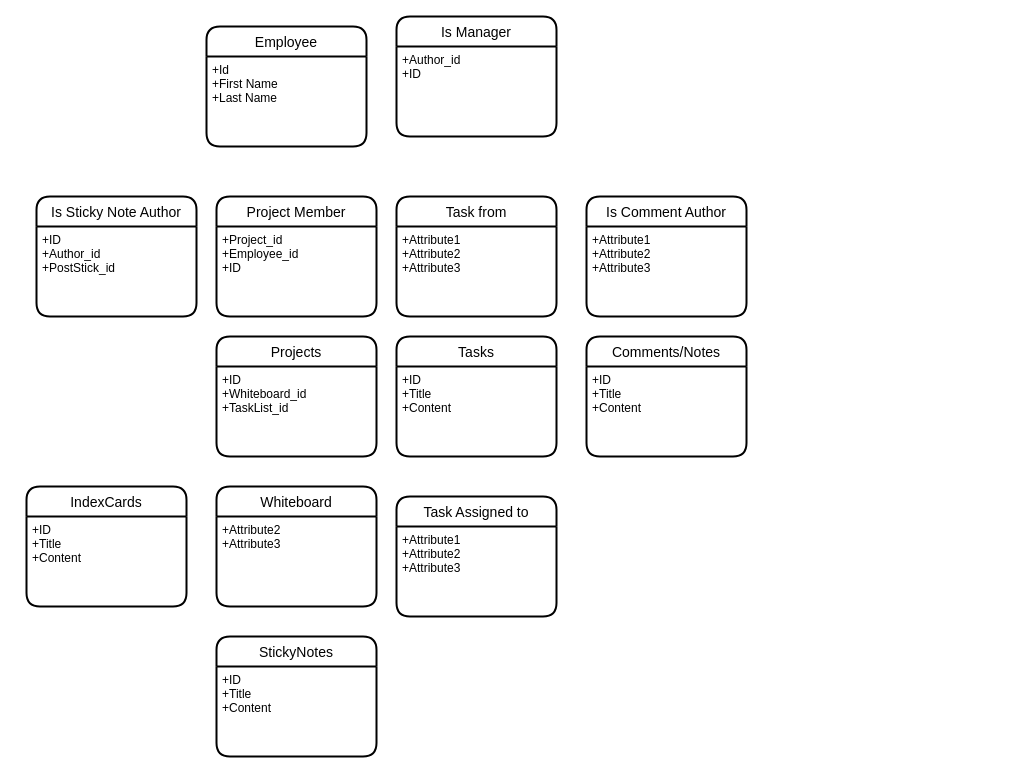
Earlier version of the draw.io diagram ERModel.drawio (ChessPR/BrdPL). Source tidied: cells renumbered, new cells numbered last; positions are measured from the earlier drawing's top-left corner, leaving out a move shared by most shapes. Both pictures are drawn from the tidied source at 100%, with x=0, y=0 at pixel (26, 16).
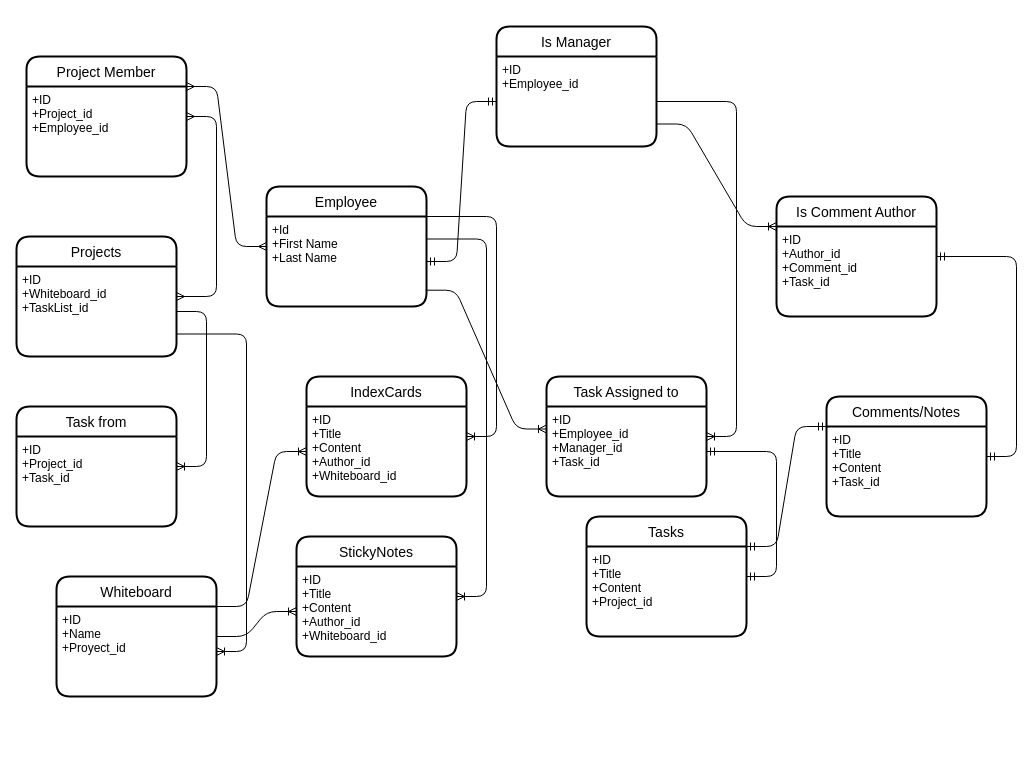
The same page after the edit.

The change refers to these unchanged cells:
```xml
<mxCell id="3" value="+ID&#10;+Whiteboard_id&#10;+TaskList_id" style="align=left;strokeColor=none;fillColor=none;spacingLeft=4;fontSize=12;verticalAlign=top;" parent="2" vertex="1">
  <mxGeometry y="30" width="160" height="90" as="geometry" />
</mxCell>
<mxCell id="11" value="+Id&#10;+First Name&#10;+Last Name" style="align=left;strokeColor=none;fillColor=none;spacingLeft=4;fontSize=12;verticalAlign=top;" parent="10" vertex="1">
  <mxGeometry y="30" width="160" height="90" as="geometry" />
</mxCell>
```

Change to the diagram source:
```diff
@@
     <mxCell id="2" value="Projects" style="swimlane;horizontal=1;startSize=30;rounded=1;fontSize=14;fontStyle=0;strokeWidth=2;shadow=0;dashed=0;align=center;" parent="1" vertex="1">
-      <mxGeometry x="190" y="320" width="160" height="120" as="geometry" />
+      <mxGeometry x="-10" y="220" width="160" height="120" as="geometry" />
     </mxCell>
@@
     <mxCell id="4" value="Whiteboard" style="swimlane;horizontal=1;startSize=30;rounded=1;fontSize=14;fontStyle=0;strokeWidth=2;shadow=0;dashed=0;align=center;" parent="1" vertex="1">
-      <mxGeometry x="190" y="470" width="160" height="120" as="geometry" />
+      <mxGeometry x="30" y="560" width="160" height="120" as="geometry" />
     </mxCell>
-    <mxCell id="5" value="+Attribute2&#10;+Attribute3" style="align=left;strokeColor=none;fillColor=none;spacingLeft=4;fontSize=12;verticalAlign=top;" parent="4" vertex="1">
+    <mxCell id="5" value="+ID&#10;+Name&#10;+Proyect_id" style="align=left;strokeColor=none;fillColor=none;spacingLeft=4;fontSize=12;verticalAlign=top;" parent="4" vertex="1">
       <mxGeometry y="30" width="160" height="90" as="geometry" />
     </mxCell>
     <mxCell id="6" value="StickyNotes" style="swimlane;horizontal=1;startSize=30;rounded=1;fontSize=14;fontStyle=0;strokeWidth=2;shadow=0;dashed=0;align=center;" parent="1" vertex="1">
-      <mxGeometry x="190" y="620" width="160" height="120" as="geometry" />
+      <mxGeometry x="270" y="520" width="160" height="120" as="geometry" />
     </mxCell>
-    <mxCell id="7" value="+ID&#10;+Title&#10;+Content" style="align=left;strokeColor=none;fillColor=none;spacingLeft=4;fontSize=12;verticalAlign=top;" parent="6" vertex="1">
+    <mxCell id="7" value="+ID&#10;+Title&#10;+Content&#10;+Author_id&#10;+Whiteboard_id" style="align=left;strokeColor=none;fillColor=none;spacingLeft=4;fontSize=12;verticalAlign=top;" parent="6" vertex="1">
       <mxGeometry y="30" width="160" height="90" as="geometry" />
     </mxCell>
     <mxCell id="8" value="IndexCards" style="swimlane;horizontal=1;startSize=30;rounded=1;fontSize=14;fontStyle=0;strokeWidth=2;shadow=0;dashed=0;align=center;" parent="1" vertex="1">
-      <mxGeometry y="470" width="160" height="120" as="geometry" />
+      <mxGeometry x="280" y="360" width="160" height="120" as="geometry" />
     </mxCell>
-    <mxCell id="9" value="+ID&#10;+Title&#10;+Content" style="align=left;strokeColor=none;fillColor=none;spacingLeft=4;fontSize=12;verticalAlign=top;" parent="8" vertex="1">
+    <mxCell id="9" value="+ID&#10;+Title&#10;+Content&#10;+Author_id&#10;+Whiteboard_id" style="align=left;strokeColor=none;fillColor=none;spacingLeft=4;fontSize=12;verticalAlign=top;" parent="8" vertex="1">
       <mxGeometry y="30" width="160" height="90" as="geometry" />
     </mxCell>
     <mxCell id="10" value="Employee" style="swimlane;horizontal=1;startSize=30;rounded=1;fontSize=14;fontStyle=0;strokeWidth=2;shadow=0;dashed=0;align=center;" parent="1" vertex="1">
-      <mxGeometry x="180" y="10" width="160" height="120" as="geometry" />
+      <mxGeometry x="240" y="170" width="160" height="120" as="geometry" />
     </mxCell>
@@
     <mxCell id="12" value="Is Manager" style="swimlane;horizontal=1;startSize=30;rounded=1;fontSize=14;fontStyle=0;strokeWidth=2;shadow=0;dashed=0;align=center;" parent="1" vertex="1">
-      <mxGeometry x="370" width="160" height="120" as="geometry" />
+      <mxGeometry x="470" y="10" width="160" height="120" as="geometry" />
     </mxCell>
-    <mxCell id="13" value="+Author_id&#10;+ID&#10;" style="align=left;strokeColor=none;fillColor=none;spacingLeft=4;fontSize=12;verticalAlign=top;" parent="12" vertex="1">
+    <mxCell id="13" value="+ID&#10;+Employee_id&#10;" style="align=left;strokeColor=none;fillColor=none;spacingLeft=4;fontSize=12;verticalAlign=top;" parent="12" vertex="1">
       <mxGeometry y="30" width="160" height="90" as="geometry" />
     </mxCell>
     <mxCell id="14" value="Tasks" style="swimlane;horizontal=1;startSize=30;rounded=1;fontSize=14;fontStyle=0;strokeWidth=2;shadow=0;dashed=0;align=center;" parent="1" vertex="1">
-      <mxGeometry x="370" y="320" width="160" height="120" as="geometry" />
+      <mxGeometry x="560" y="500" width="160" height="120" as="geometry" />
     </mxCell>
-    <mxCell id="15" value="+ID&#10;+Title&#10;+Content" style="align=left;strokeColor=none;fillColor=none;spacingLeft=4;fontSize=12;verticalAlign=top;" parent="14" vertex="1">
+    <mxCell id="15" value="+ID&#10;+Title&#10;+Content&#10;+Project_id" style="align=left;strokeColor=none;fillColor=none;spacingLeft=4;fontSize=12;verticalAlign=top;" parent="14" vertex="1">
       <mxGeometry y="30" width="160" height="90" as="geometry" />
     </mxCell>
     <mxCell id="16" value="Comments/Notes" style="swimlane;horizontal=1;startSize=30;rounded=1;fontSize=14;fontStyle=0;strokeWidth=2;shadow=0;dashed=0;align=center;" parent="1" vertex="1">
-      <mxGeometry x="560" y="320" width="160" height="120" as="geometry" />
+      <mxGeometry x="800" y="380" width="160" height="120" as="geometry" />
     </mxCell>
-    <mxCell id="17" value="+ID&#10;+Title&#10;+Content&#10;" style="align=left;strokeColor=none;fillColor=none;spacingLeft=4;fontSize=12;verticalAlign=top;" parent="16" vertex="1">
+    <mxCell id="17" value="+ID&#10;+Title&#10;+Content&#10;+Task_id" style="align=left;strokeColor=none;fillColor=none;spacingLeft=4;fontSize=12;verticalAlign=top;" parent="16" vertex="1">
       <mxGeometry y="30" width="160" height="90" as="geometry" />
     </mxCell>
     <mxCell id="18" value="Project Member" style="swimlane;horizontal=1;startSize=30;rounded=1;fontSize=14;fontStyle=0;strokeWidth=2;shadow=0;dashed=0;align=center;" parent="1" vertex="1">
-      <mxGeometry x="190" y="180" width="160" height="120" as="geometry" />
+      <mxGeometry y="40" width="160" height="120" as="geometry" />
     </mxCell>
-    <mxCell id="19" value="+Project_id&#10;+Employee_id&#10;+ID" style="align=left;strokeColor=none;fillColor=none;spacingLeft=4;fontSize=12;verticalAlign=top;" parent="18" vertex="1">
+    <mxCell id="19" value="+ID&#10;+Project_id&#10;+Employee_id&#10;" style="align=left;strokeColor=none;fillColor=none;spacingLeft=4;fontSize=12;verticalAlign=top;" parent="18" vertex="1">
       <mxGeometry y="30" width="160" height="90" as="geometry" />
     </mxCell>
     <mxCell id="20" value="Is Comment Author" style="swimlane;horizontal=1;startSize=30;rounded=1;fontSize=14;fontStyle=0;strokeWidth=2;shadow=0;dashed=0;align=center;" parent="1" vertex="1">
-      <mxGeometry x="560" y="180" width="160" height="120" as="geometry" />
+      <mxGeometry x="750" y="180" width="160" height="120" as="geometry" />
     </mxCell>
-    <mxCell id="21" value="+Attribute1&#10;+Attribute2&#10;+Attribute3" style="align=left;strokeColor=none;fillColor=none;spacingLeft=4;fontSize=12;verticalAlign=top;" parent="20" vertex="1">
+    <mxCell id="21" value="+ID&#10;+Author_id&#10;+Comment_id&#10;+Task_id" style="align=left;strokeColor=none;fillColor=none;spacingLeft=4;fontSize=12;verticalAlign=top;" parent="20" vertex="1">
       <mxGeometry y="30" width="160" height="90" as="geometry" />
     </mxCell>
-    <mxCell id="22" value="Is Sticky Note Author" style="swimlane;horizontal=1;startSize=30;rounded=1;fontSize=14;fontStyle=0;strokeWidth=2;shadow=0;dashed=0;align=center;" parent="1" vertex="1">
-      <mxGeometry x="10" y="180" width="160" height="120" as="geometry" />
-    </mxCell>
-    <mxCell id="23" value="+ID&#10;+Author_id&#10;+PostStick_id" style="align=left;strokeColor=none;fillColor=none;spacingLeft=4;fontSize=12;verticalAlign=top;" parent="22" vertex="1">
-      <mxGeometry y="30" width="160" height="90" as="geometry" />
-    </mxCell>
     <mxCell id="24" value="Task from" style="swimlane;horizontal=1;startSize=30;rounded=1;fontSize=14;fontStyle=0;strokeWidth=2;shadow=0;dashed=0;align=center;" parent="1" vertex="1">
-      <mxGeometry x="370" y="180" width="160" height="120" as="geometry" />
+      <mxGeometry x="-10" y="390" width="160" height="120" as="geometry" />
     </mxCell>
-    <mxCell id="25" value="+Attribute1&#10;+Attribute2&#10;+Attribute3" style="align=left;strokeColor=none;fillColor=none;spacingLeft=4;fontSize=12;verticalAlign=top;" parent="24" vertex="1">
+    <mxCell id="25" value="+ID&#10;+Project_id&#10;+Task_id" style="align=left;strokeColor=none;fillColor=none;spacingLeft=4;fontSize=12;verticalAlign=top;" parent="24" vertex="1">
       <mxGeometry y="30" width="160" height="90" as="geometry" />
     </mxCell>
     <mxCell id="26" value="Task Assigned to" style="swimlane;horizontal=1;startSize=30;rounded=1;fontSize=14;fontStyle=0;strokeWidth=2;shadow=0;dashed=0;align=center;" parent="1" vertex="1">
-      <mxGeometry x="370" y="480" width="160" height="120" as="geometry" />
+      <mxGeometry x="520" y="360" width="160" height="120" as="geometry" />
     </mxCell>
-    <mxCell id="27" value="+Attribute1&#10;+Attribute2&#10;+Attribute3" style="align=left;strokeColor=none;fillColor=none;spacingLeft=4;fontSize=12;verticalAlign=top;" parent="26" vertex="1">
+    <mxCell id="27" value="+ID&#10;+Employee_id&#10;+Manager_id&#10;+Task_id" style="align=left;strokeColor=none;fillColor=none;spacingLeft=4;fontSize=12;verticalAlign=top;" parent="26" vertex="1">
       <mxGeometry y="30" width="160" height="90" as="geometry" />
     </mxCell>
+    <mxCell id="28" style="edgeStyle=entityRelationEdgeStyle;fontSize=12;html=1;endArrow=ERmandOne;startArrow=ERmandOne;exitX=1;exitY=0.5;exitDx=0;exitDy=0;entryX=0;entryY=0.5;entryDx=0;entryDy=0;" parent="1" edge="1" source="11" target="13">
+      <mxGeometry relative="1" as="geometry" />
+    </mxCell>
+    <mxCell id="29" style="edgeStyle=entityRelationEdgeStyle;fontSize=12;html=1;endArrow=ERmany;startArrow=ERmany;" parent="1" edge="1" source="2" target="18">
+      <mxGeometry relative="1" as="geometry" />
+    </mxCell>
+    <mxCell id="30" style="edgeStyle=entityRelationEdgeStyle;fontSize=12;html=1;endArrow=ERoneToMany;exitX=1;exitY=0.75;exitDx=0;exitDy=0;" parent="1" edge="1" source="3" target="5">
+      <mxGeometry relative="1" as="geometry" />
+    </mxCell>
+    <mxCell id="31" style="edgeStyle=entityRelationEdgeStyle;fontSize=12;html=1;endArrow=ERoneToMany;exitX=1;exitY=0;exitDx=0;exitDy=0;" parent="1" edge="1" source="5" target="9">
+      <mxGeometry relative="1" as="geometry" />
+    </mxCell>
+    <mxCell id="32" style="edgeStyle=entityRelationEdgeStyle;fontSize=12;html=1;endArrow=ERoneToMany;" parent="1" edge="1" source="4" target="7">
+      <mxGeometry relative="1" as="geometry" />
+    </mxCell>
+    <mxCell id="33" style="edgeStyle=entityRelationEdgeStyle;fontSize=12;html=1;endArrow=ERmandOne;startArrow=ERmandOne;" parent="1" edge="1" source="27" target="14">
+      <mxGeometry relative="1" as="geometry" />
+    </mxCell>
+    <mxCell id="34" style="edgeStyle=entityRelationEdgeStyle;fontSize=12;html=1;endArrow=ERmandOne;startArrow=ERmandOne;" parent="1" edge="1" source="16" target="20">
+      <mxGeometry relative="1" as="geometry" />
+    </mxCell>
+    <mxCell id="35" style="edgeStyle=entityRelationEdgeStyle;fontSize=12;html=1;endArrow=ERmandOne;startArrow=ERmandOne;exitX=1;exitY=0;exitDx=0;exitDy=0;entryX=0;entryY=0;entryDx=0;entryDy=0;" parent="1" edge="1" source="15" target="17">
+      <mxGeometry relative="1" as="geometry" />
+    </mxCell>
+    <mxCell id="36" style="edgeStyle=entityRelationEdgeStyle;fontSize=12;html=1;endArrow=ERoneToMany;" parent="1" edge="1" source="3" target="24">
+      <mxGeometry relative="1" as="geometry" />
+    </mxCell>
+    <mxCell id="37" style="edgeStyle=entityRelationEdgeStyle;fontSize=12;html=1;endArrow=ERmany;startArrow=ERmany;exitX=1;exitY=0;exitDx=0;exitDy=0;" parent="1" edge="1" source="19" target="10">
+      <mxGeometry relative="1" as="geometry" />
+    </mxCell>
+    <mxCell id="38" style="edgeStyle=entityRelationEdgeStyle;fontSize=12;html=1;endArrow=ERoneToMany;entryX=0;entryY=0;entryDx=0;entryDy=0;exitX=1;exitY=0.75;exitDx=0;exitDy=0;" parent="1" edge="1" source="13" target="21">
+      <mxGeometry relative="1" as="geometry" />
+    </mxCell>
+    <mxCell id="39" style="edgeStyle=entityRelationEdgeStyle;fontSize=12;html=1;endArrow=ERoneToMany;" parent="1" edge="1" source="13" target="26">
+      <mxGeometry relative="1" as="geometry" />
+    </mxCell>
+    <mxCell id="40" style="edgeStyle=entityRelationEdgeStyle;fontSize=12;html=1;endArrow=ERoneToMany;exitX=0.995;exitY=0.819;exitDx=0;exitDy=0;exitPerimeter=0;entryX=0;entryY=0.25;entryDx=0;entryDy=0;" parent="1" edge="1" source="11" target="27">
+      <mxGeometry relative="1" as="geometry" />
+    </mxCell>
+    <mxCell id="41" style="edgeStyle=entityRelationEdgeStyle;fontSize=12;html=1;endArrow=ERoneToMany;exitX=1;exitY=0.25;exitDx=0;exitDy=0;" parent="1" edge="1" source="11" target="6">
+      <mxGeometry relative="1" as="geometry" />
+    </mxCell>
+    <mxCell id="42" style="edgeStyle=entityRelationEdgeStyle;fontSize=12;html=1;endArrow=ERoneToMany;exitX=1;exitY=0;exitDx=0;exitDy=0;" parent="1" edge="1" source="11" target="8">
+      <mxGeometry relative="1" as="geometry" />
+    </mxCell>
```
